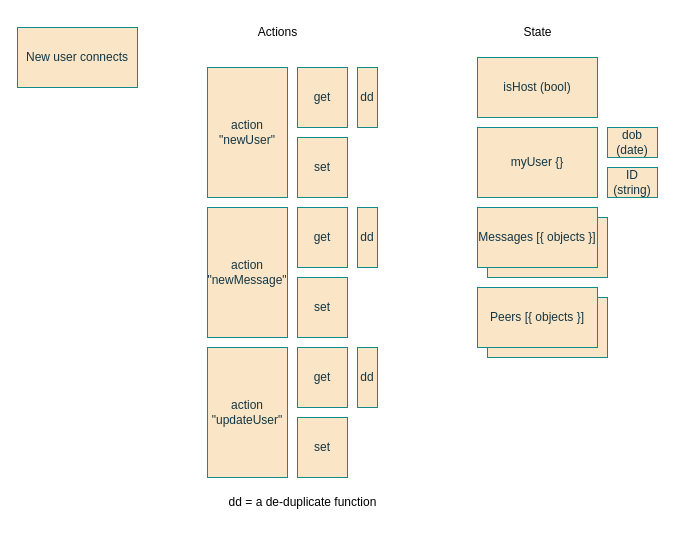
Above: dev/AstroChat.drawio in StinkyDubeau/dubeau-dot-org (draw.io), before the change. Source tidied: cells renumbered, new cells numbered last; positions are measured from the earlier drawing's top-left corner, leaving out a move shared by most shapes. Both pictures are drawn from the tidied source at 100%, with x=0, y=0 at pixel (17, 17).
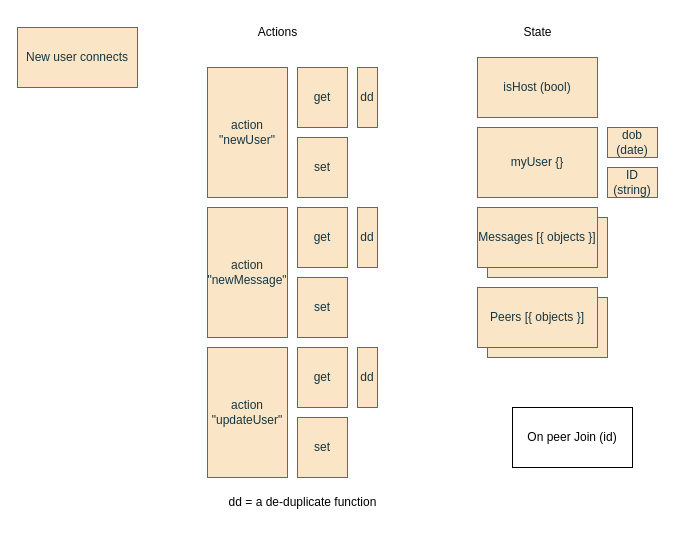
The same diagram, later.

The edit, as a diff of the source:
```diff
@@
+    <mxCell id="26" value="On peer Join (id)" style="whiteSpace=wrap;html=1;" parent="1" vertex="1">
+      <mxGeometry x="495" y="390" width="120" height="60" as="geometry" />
+    </mxCell>
```
